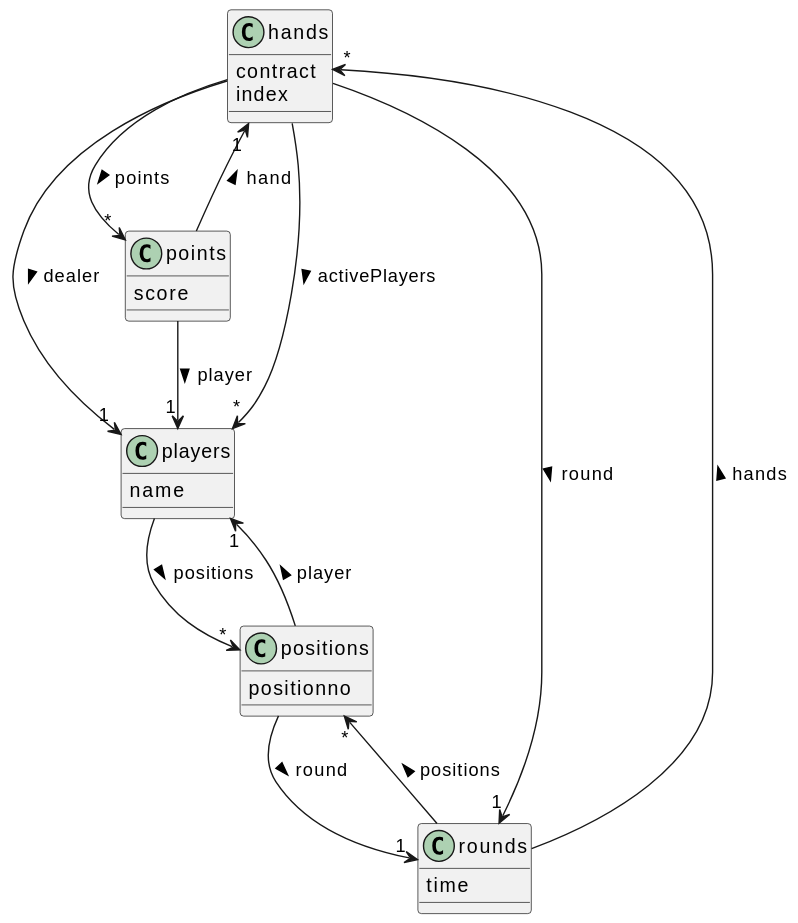
The PlantUML diagram doc/jsonapi-domain.svg in RattatAndyGo/app-wiezen, before a commit. Source of this version:
```plantuml
@startuml
set namespaceSeparator none
class "hands"
"hands" : contract
"hands" : index
"hands" --> "1" "players" : dealer >
"hands" --> "1" "rounds" : round >
"hands" --> "*" "players" : activePlayers >
"hands" --> "*" "points" : points >
class "positions"
"positions" : positionno
"positions" --> "1" "players" : player >
"positions" --> "1" "rounds" : round >
class "players"
"players" : name
"players" --> "*" "positions" : positions >
class "points"
"points" : score
"points" --> "1" "players" : player >
"points" --> "1" "hands" : hand >
class "rounds"
"rounds" : time
"rounds" --> "*" "positions" : positions >
"rounds" --> "*" "hands" : hands >
@enduml
```
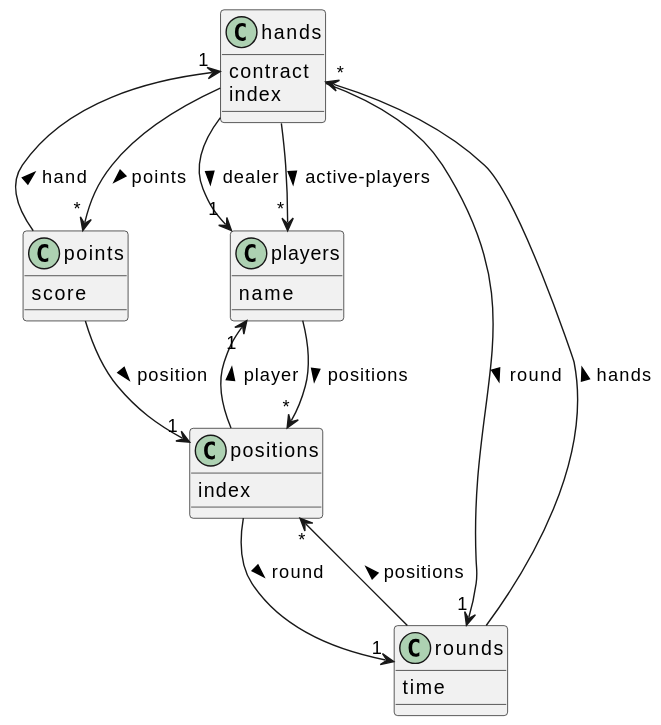
After the change.

The edit, as a diff of the source:
```diff
@@ -5,10 +5,10 @@
 "hands" : index
 "hands" --> "1" "players" : dealer >
 "hands" --> "1" "rounds" : round >
-"hands" --> "*" "players" : activePlayers >
+"hands" --> "*" "players" : active-players >
 "hands" --> "*" "points" : points >
 class "positions"
-"positions" : positionno
+"positions" : index
 "positions" --> "1" "players" : player >
 "positions" --> "1" "rounds" : round >
 class "players"
@@ -16,7 +16,7 @@
 "players" --> "*" "positions" : positions >
 class "points"
 "points" : score
-"points" --> "1" "players" : player >
+"points" --> "1" "positions" : position >
 "points" --> "1" "hands" : hand >
 class "rounds"
 "rounds" : time
```
